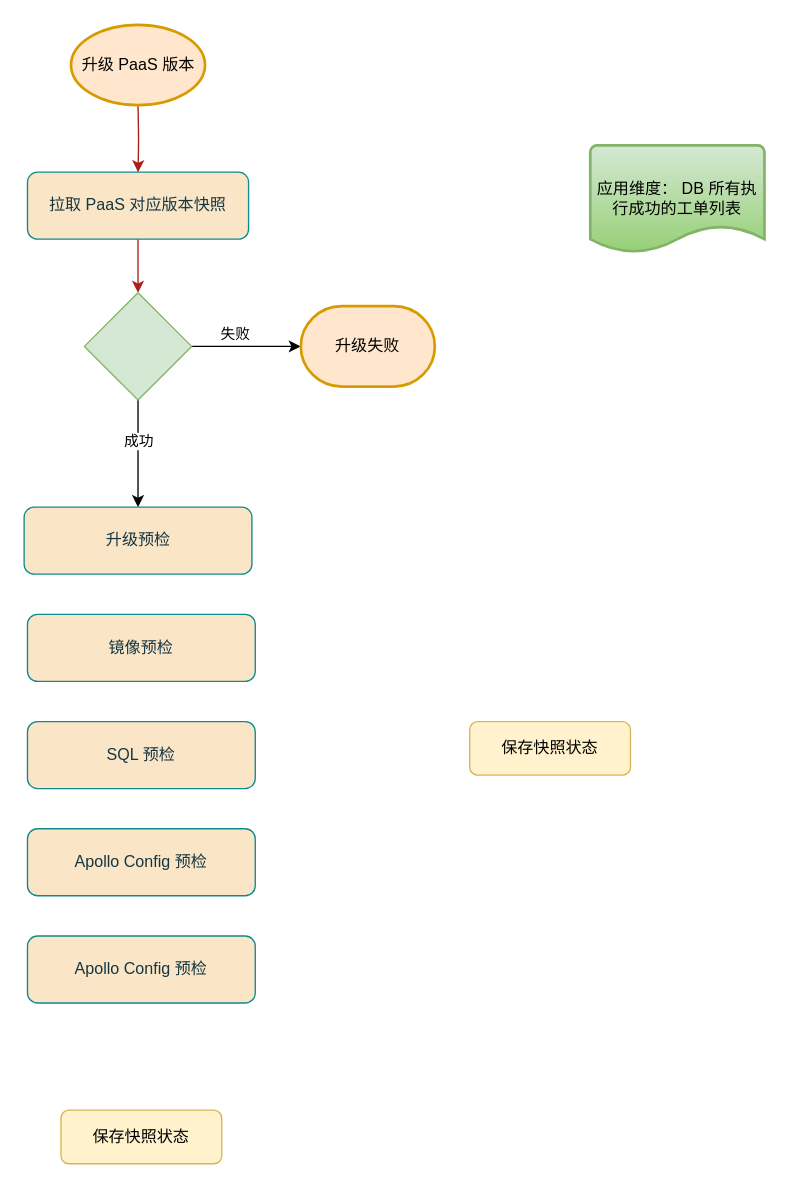
Above: upgrade_paas_flow.drawio in Owenxh/docs (draw.io), before the change. Source tidied: cells renumbered, new cells numbered last; positions are measured from the earlier drawing's top-left corner, leaving out a move shared by most shapes. Both pictures are drawn from the tidied source at 134%, with x=0, y=0 at pixel (24, 24).
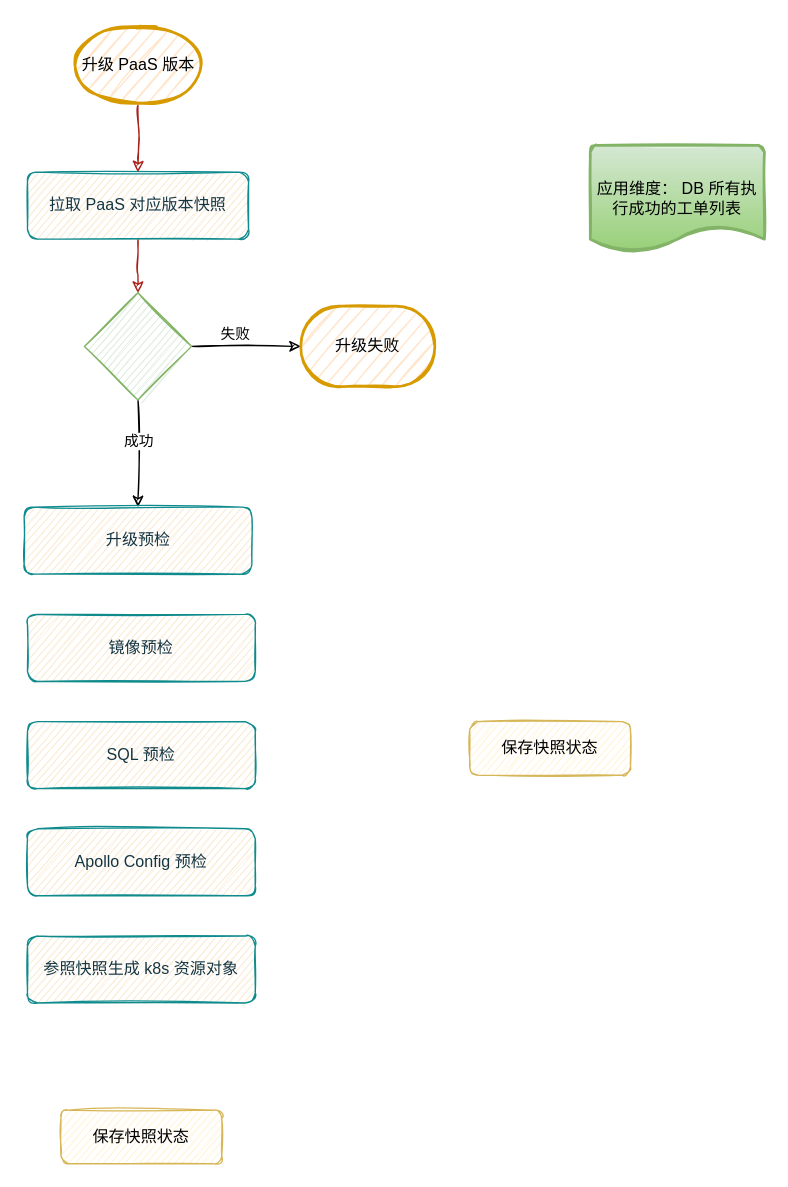
The same diagram, later.

What changed in the source:
```diff
@@
-    <mxCell id="2" value="保存快照状态" style="rounded=1;whiteSpace=wrap;html=1;fontSize=12;glass=0;strokeWidth=1;shadow=0;fillColor=#fff2cc;strokeColor=#d6b656;" parent="1" vertex="1">
+    <mxCell id="2" value="保存快照状态" style="rounded=1;whiteSpace=wrap;html=1;fontSize=12;glass=0;strokeWidth=1;shadow=0;fillColor=#fff2cc;strokeColor=#d6b656;sketch=1;" parent="1" vertex="1">
       <mxGeometry x="27" y="810" width="120" height="40" as="geometry" />
     </mxCell>
-    <mxCell id="3" style="edgeStyle=orthogonalEdgeStyle;curved=0;rounded=1;sketch=0;jettySize=auto;html=1;fontColor=#143642;strokeColor=#A8201A;fillColor=#FAE5C7;" parent="1" edge="1" source="4">
+    <mxCell id="3" style="edgeStyle=orthogonalEdgeStyle;rounded=1;jettySize=auto;html=1;fontColor=#143642;strokeColor=#A8201A;fillColor=#FAE5C7;sketch=1;" parent="1" edge="1" source="4">
       <mxGeometry relative="1" as="geometry">
         <mxPoint x="84.5" y="200" as="targetPoint" />
       </mxGeometry>
     </mxCell>
-    <mxCell id="4" value="拉取 PaaS 对应版本快照" style="rounded=1;whiteSpace=wrap;html=1;fontSize=12;glass=0;strokeWidth=1;shadow=0;fillColor=#FAE5C7;strokeColor=#0F8B8D;fontColor=#143642;" parent="1" vertex="1">
+    <mxCell id="4" value="拉取 PaaS 对应版本快照" style="rounded=1;whiteSpace=wrap;html=1;fontSize=12;glass=0;strokeWidth=1;shadow=0;fillColor=#FAE5C7;strokeColor=#0F8B8D;fontColor=#143642;sketch=1;" parent="1" vertex="1">
       <mxGeometry x="2" y="110" width="165" height="50" as="geometry" />
     </mxCell>
-    <mxCell id="5" style="edgeStyle=orthogonalEdgeStyle;curved=0;rounded=1;sketch=0;jettySize=auto;html=1;fontColor=#143642;strokeColor=#A8201A;fillColor=#FAE5C7;" parent="1" edge="1" target="4">
+    <mxCell id="5" style="edgeStyle=orthogonalEdgeStyle;rounded=1;jettySize=auto;html=1;fontColor=#143642;strokeColor=#A8201A;fillColor=#FAE5C7;sketch=1;" parent="1" edge="1" target="4">
       <mxGeometry relative="1" as="geometry">
         <mxPoint x="84.5" y="60" as="sourcePoint" />
       </mxGeometry>
     </mxCell>
-    <mxCell id="6" value="应用维度： DB 所有执行成功的工单列表" style="strokeWidth=2;html=1;shape=mxgraph.flowchart.document2;whiteSpace=wrap;size=0.25;rounded=0;sketch=0;fillColor=#d5e8d4;gradientColor=#97d077;strokeColor=#82b366;" parent="1" vertex="1">
+    <mxCell id="6" value="应用维度： DB 所有执行成功的工单列表" style="strokeWidth=2;html=1;shape=mxgraph.flowchart.document2;whiteSpace=wrap;size=0.25;rounded=0;fillColor=#d5e8d4;gradientColor=#97d077;strokeColor=#82b366;sketch=1;" parent="1" vertex="1">
       <mxGeometry x="422" y="90" width="130" height="80" as="geometry" />
     </mxCell>
-    <mxCell id="7" style="edgeStyle=orthogonalEdgeStyle;rounded=0;jettySize=auto;html=1;exitX=1;exitY=0.5;exitDx=0;exitDy=0;entryX=0;entryY=0.5;entryDx=0;entryDy=0;entryPerimeter=0;" parent="1" edge="1" source="11" target="13">
+    <mxCell id="7" style="edgeStyle=orthogonalEdgeStyle;rounded=0;jettySize=auto;html=1;exitX=1;exitY=0.5;exitDx=0;exitDy=0;entryX=0;entryY=0.5;entryDx=0;entryDy=0;entryPerimeter=0;sketch=1;" parent="1" edge="1" source="11" target="13">
       <mxGeometry relative="1" as="geometry" />
     </mxCell>
-    <mxCell id="8" value="失败" style="edgeLabel;html=1;align=center;verticalAlign=middle;" parent="7" vertex="1">
+    <mxCell id="8" value="失败" style="edgeLabel;html=1;align=center;verticalAlign=middle;sketch=1;" parent="7" vertex="1">
       <mxGeometry x="-0.23" y="-3" relative="1" as="geometry">
         <mxPoint x="1" y="-13" as="offset" />
       </mxGeometry>
     </mxCell>
-    <mxCell id="9" style="edgeStyle=orthogonalEdgeStyle;rounded=0;jettySize=auto;html=1;" parent="1" edge="1" source="11" target="15">
+    <mxCell id="9" style="edgeStyle=orthogonalEdgeStyle;rounded=0;jettySize=auto;html=1;sketch=1;" parent="1" edge="1" source="11" target="15">
       <mxGeometry relative="1" as="geometry" />
     </mxCell>
-    <mxCell id="10" value="成功" style="edgeLabel;html=1;align=center;verticalAlign=middle;" parent="9" vertex="1">
+    <mxCell id="10" value="成功" style="edgeLabel;html=1;align=center;verticalAlign=middle;sketch=1;" parent="9" vertex="1">
       <mxGeometry x="0.09" y="-1" relative="1" as="geometry">
         <mxPoint x="1" y="-14" as="offset" />
       </mxGeometry>
     </mxCell>
-    <mxCell id="11" style="rhombus;whiteSpace=wrap;html=1;fillColor=#d5e8d4;strokeColor=#82b366;" parent="1" vertex="1">
+    <mxCell id="11" style="rhombus;whiteSpace=wrap;html=1;fillColor=#d5e8d4;strokeColor=#82b366;sketch=1;" parent="1" vertex="1">
       <mxGeometry x="44.5" y="200" width="80" height="80" as="geometry" />
     </mxCell>
-    <mxCell id="12" value="升级 PaaS 版本" style="strokeWidth=2;html=1;shape=mxgraph.flowchart.start_1;whiteSpace=wrap;fillColor=#ffe6cc;strokeColor=#d79b00;" parent="1" vertex="1">
+    <mxCell id="12" value="升级 PaaS 版本" style="strokeWidth=2;html=1;shape=mxgraph.flowchart.start_1;whiteSpace=wrap;fillColor=#ffe6cc;strokeColor=#d79b00;sketch=1;" parent="1" vertex="1">
       <mxGeometry x="34.5" width="100" height="60" as="geometry" />
     </mxCell>
-    <mxCell id="13" value="升级失败" style="strokeWidth=2;html=1;shape=mxgraph.flowchart.terminator;whiteSpace=wrap;fillColor=#ffe6cc;strokeColor=#d79b00;" parent="1" vertex="1">
+    <mxCell id="13" value="升级失败" style="strokeWidth=2;html=1;shape=mxgraph.flowchart.terminator;whiteSpace=wrap;fillColor=#ffe6cc;strokeColor=#d79b00;sketch=1;" parent="1" vertex="1">
       <mxGeometry x="206" y="210" width="100" height="60" as="geometry" />
     </mxCell>
-    <mxCell id="14" value="保存快照状态" style="rounded=1;whiteSpace=wrap;html=1;fontSize=12;glass=0;strokeWidth=1;shadow=0;fillColor=#fff2cc;strokeColor=#d6b656;" parent="1" vertex="1">
+    <mxCell id="14" value="保存快照状态" style="rounded=1;whiteSpace=wrap;html=1;fontSize=12;glass=0;strokeWidth=1;shadow=0;fillColor=#fff2cc;strokeColor=#d6b656;sketch=1;" parent="1" vertex="1">
       <mxGeometry x="332" y="520" width="120" height="40" as="geometry" />
     </mxCell>
-    <mxCell id="15" value="升级预检" style="rounded=1;whiteSpace=wrap;html=1;fontSize=12;glass=0;strokeWidth=1;shadow=0;fillColor=#FAE5C7;strokeColor=#0F8B8D;fontColor=#143642;" parent="1" vertex="1">
+    <mxCell id="15" value="升级预检" style="rounded=1;whiteSpace=wrap;html=1;fontSize=12;glass=0;strokeWidth=1;shadow=0;fillColor=#FAE5C7;strokeColor=#0F8B8D;fontColor=#143642;sketch=1;" parent="1" vertex="1">
       <mxGeometry x="-0.5" y="360" width="170" height="50" as="geometry" />
     </mxCell>
-    <mxCell id="16" value="镜像预检" style="rounded=1;whiteSpace=wrap;html=1;fontSize=12;glass=0;strokeWidth=1;shadow=0;fillColor=#FAE5C7;strokeColor=#0F8B8D;fontColor=#143642;" parent="1" vertex="1">
+    <mxCell id="16" value="镜像预检" style="rounded=1;whiteSpace=wrap;html=1;fontSize=12;glass=0;strokeWidth=1;shadow=0;fillColor=#FAE5C7;strokeColor=#0F8B8D;fontColor=#143642;sketch=1;" parent="1" vertex="1">
       <mxGeometry x="2" y="440" width="170" height="50" as="geometry" />
     </mxCell>
-    <mxCell id="17" value="SQL 预检" style="rounded=1;whiteSpace=wrap;html=1;fontSize=12;glass=0;strokeWidth=1;shadow=0;fillColor=#FAE5C7;strokeColor=#0F8B8D;fontColor=#143642;" parent="1" vertex="1">
+    <mxCell id="17" value="SQL 预检" style="rounded=1;whiteSpace=wrap;html=1;fontSize=12;glass=0;strokeWidth=1;shadow=0;fillColor=#FAE5C7;strokeColor=#0F8B8D;fontColor=#143642;sketch=1;" parent="1" vertex="1">
       <mxGeometry x="2" y="520" width="170" height="50" as="geometry" />
     </mxCell>
-    <mxCell id="18" value="Apollo Config 预检" style="rounded=1;whiteSpace=wrap;html=1;fontSize=12;glass=0;strokeWidth=1;shadow=0;fillColor=#FAE5C7;strokeColor=#0F8B8D;fontColor=#143642;" parent="1" vertex="1">
+    <mxCell id="18" value="Apollo Config 预检" style="rounded=1;whiteSpace=wrap;html=1;fontSize=12;glass=0;strokeWidth=1;shadow=0;fillColor=#FAE5C7;strokeColor=#0F8B8D;fontColor=#143642;sketch=1;" parent="1" vertex="1">
       <mxGeometry x="2" y="600" width="170" height="50" as="geometry" />
     </mxCell>
-    <mxCell id="19" value="Apollo Config 预检" style="rounded=1;whiteSpace=wrap;html=1;fontSize=12;glass=0;strokeWidth=1;shadow=0;fillColor=#FAE5C7;strokeColor=#0F8B8D;fontColor=#143642;" parent="1" vertex="1">
+    <mxCell id="19" value="参照快照生成 k8s 资源对象" style="rounded=1;whiteSpace=wrap;html=1;fontSize=12;glass=0;strokeWidth=1;shadow=0;fillColor=#FAE5C7;strokeColor=#0F8B8D;fontColor=#143642;sketch=1;" parent="1" vertex="1">
       <mxGeometry x="2" y="680" width="170" height="50" as="geometry" />
     </mxCell>
```
